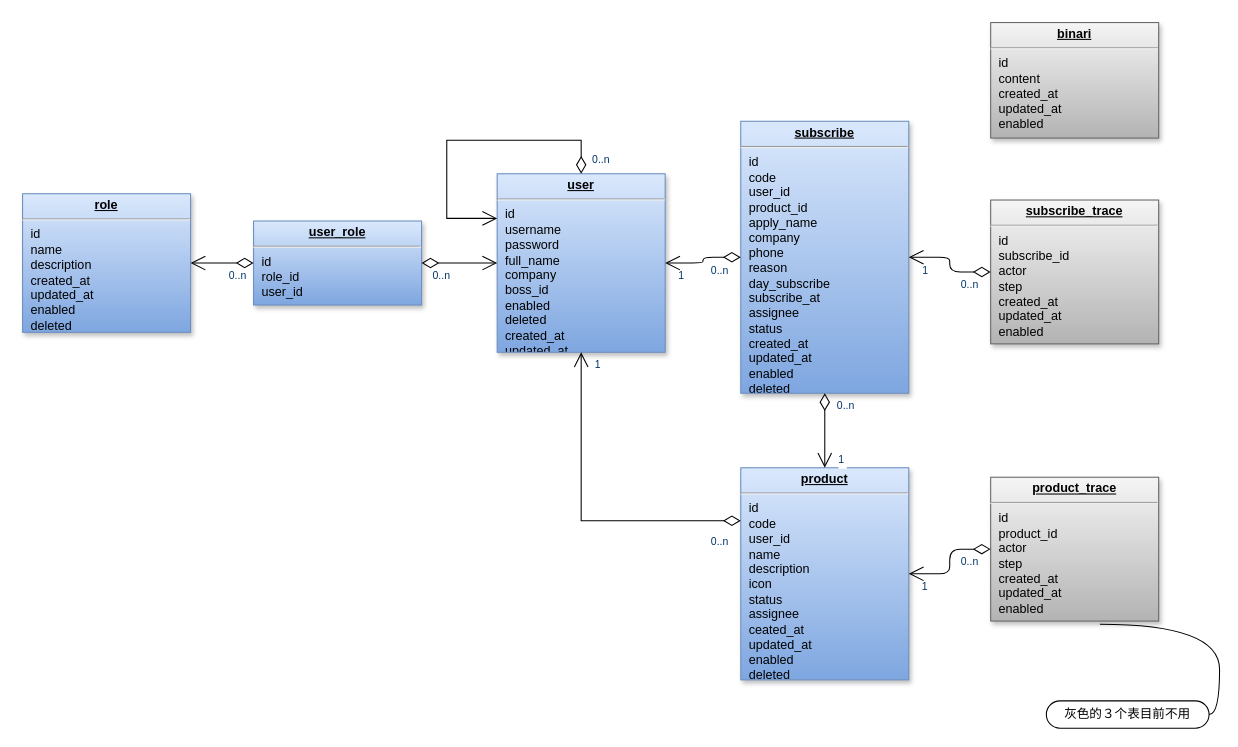
This is Untitled Diagram.drawio from mingisme/cube, a draw.io file, before an edit. Source tidied: cells renumbered, new cells numbered last; positions are measured from the earlier drawing's top-left corner, leaving out a move shared by most shapes. Both pictures are drawn from the tidied source at 105%, with x=0, y=0 at pixel (22, 22).
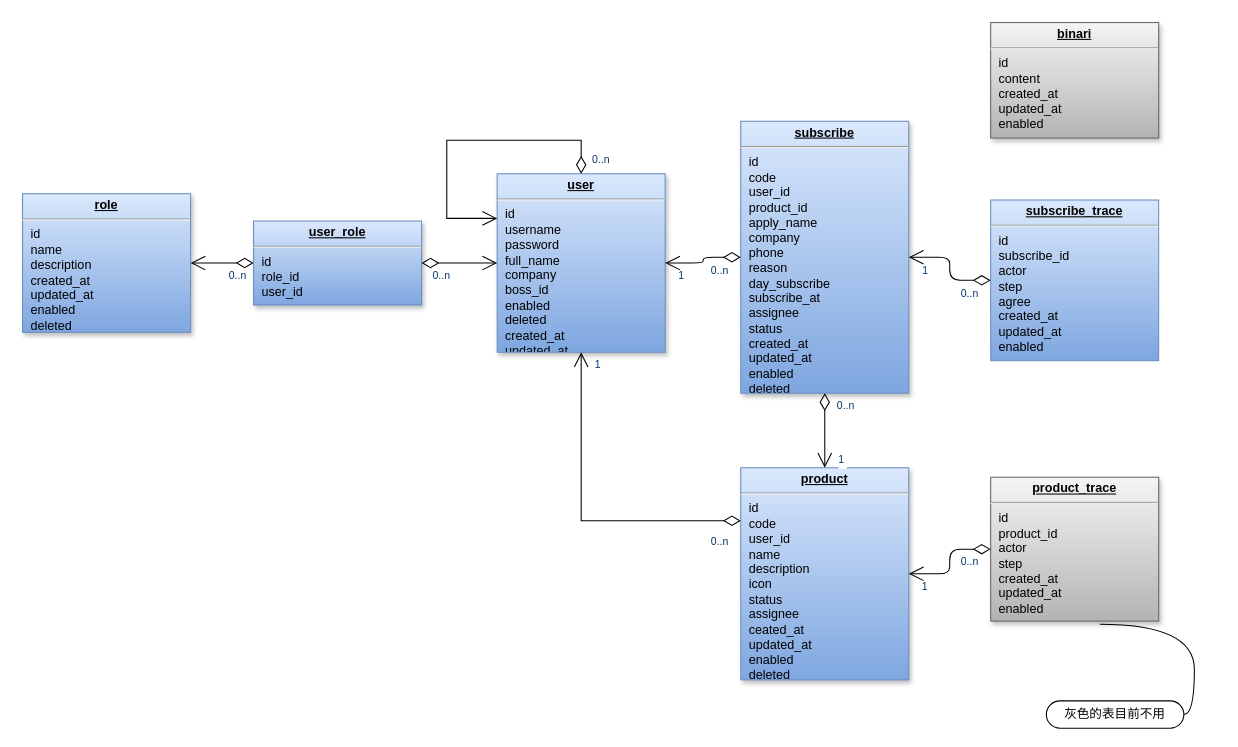
The same page after the edit.

What changed in the source:
```diff
@@
-    <mxCell id="23" value="&lt;p style=&quot;margin: 0px ; margin-top: 4px ; text-align: center ; text-decoration: underline&quot;&gt;&lt;b&gt;subscribe_trace&lt;/b&gt;&lt;/p&gt;&lt;hr&gt;&lt;p style=&quot;margin: 0px ; margin-left: 8px&quot;&gt;id&lt;/p&gt;&lt;p style=&quot;margin: 0px ; margin-left: 8px&quot;&gt;subscribe_id&lt;/p&gt;&lt;p style=&quot;margin: 0px ; margin-left: 8px&quot;&gt;actor&lt;/p&gt;&lt;p style=&quot;margin: 0px ; margin-left: 8px&quot;&gt;step&lt;/p&gt;&lt;p style=&quot;margin: 0px ; margin-left: 8px&quot;&gt;created_at&lt;/p&gt;&lt;p style=&quot;margin: 0px ; margin-left: 8px&quot;&gt;updated_at&lt;/p&gt;&lt;p style=&quot;margin: 0px ; margin-left: 8px&quot;&gt;enabled&lt;/p&gt;" style="verticalAlign=top;align=left;overflow=fill;fontSize=12;fontFamily=Helvetica;html=1;strokeColor=#666666;shadow=1;fillColor=#f5f5f5;gradientColor=#b3b3b3;" parent="1" vertex="1">
-      <mxGeometry x="922" y="169" width="160" height="137" as="geometry" />
+    <mxCell id="23" value="&lt;p style=&quot;margin: 0px ; margin-top: 4px ; text-align: center ; text-decoration: underline&quot;&gt;&lt;b&gt;subscribe_trace&lt;/b&gt;&lt;/p&gt;&lt;hr&gt;&lt;p style=&quot;margin: 0px ; margin-left: 8px&quot;&gt;id&lt;/p&gt;&lt;p style=&quot;margin: 0px ; margin-left: 8px&quot;&gt;subscribe_id&lt;/p&gt;&lt;p style=&quot;margin: 0px ; margin-left: 8px&quot;&gt;actor&lt;/p&gt;&lt;p style=&quot;margin: 0px ; margin-left: 8px&quot;&gt;step&lt;/p&gt;&lt;p style=&quot;margin: 0px ; margin-left: 8px&quot;&gt;agree&lt;/p&gt;&lt;p style=&quot;margin: 0px ; margin-left: 8px&quot;&gt;created_at&lt;/p&gt;&lt;p style=&quot;margin: 0px ; margin-left: 8px&quot;&gt;updated_at&lt;/p&gt;&lt;p style=&quot;margin: 0px ; margin-left: 8px&quot;&gt;enabled&lt;/p&gt;" style="verticalAlign=top;align=left;overflow=fill;fontSize=12;fontFamily=Helvetica;html=1;strokeColor=#6c8ebf;shadow=0;fillColor=#dae8fc;gradientColor=#7ea6e0;" parent="1" vertex="1">
+      <mxGeometry x="922" y="169" width="160" height="153" as="geometry" />
     </mxCell>
@@
-    <mxCell id="31" value="灰色的３个表目前不用" style="whiteSpace=wrap;html=1;rounded=1;arcSize=50;align=center;verticalAlign=middle;strokeWidth=1;spacing=4;" parent="1" vertex="1" collapsed="1">
-      <mxGeometry x="975" y="646" width="155" height="26" as="geometry" />
+    <mxCell id="31" value="灰色的表目前不用" style="whiteSpace=wrap;html=1;rounded=1;arcSize=50;align=center;verticalAlign=middle;strokeWidth=1;spacing=4;" parent="1" vertex="1" collapsed="1">
+      <mxGeometry x="975" y="646" width="131" height="26" as="geometry" />
     </mxCell>
```
